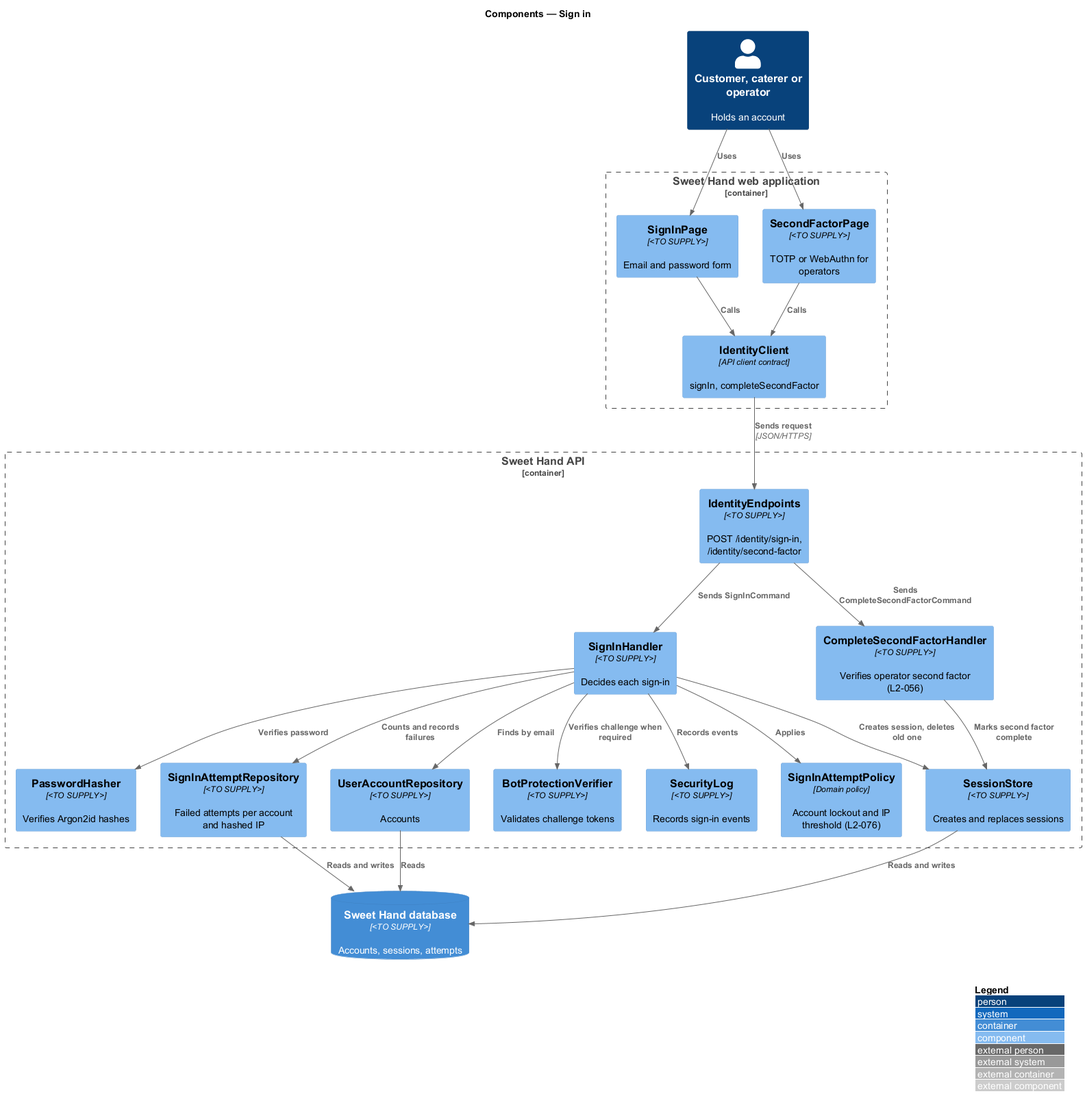
QuinntyneBrown/sweet-hand keeps this PlantUML diagram as docs/detailed-designs/identity-and-security/sign-in/diagrams/c4-component.png. Above is the earlier version. The source it was exported from:
```plantuml
@startuml
!include <C4/C4_Component>
LAYOUT_WITH_LEGEND()
title Components — Sign in

Person(user, "Customer, caterer or operator", "Holds an account")
Container_Boundary(web, "Sweet Hand web application") {
  Component(page, "SignInPage", "<TO SUPPLY>", "Email and password form")
  Component(mfa, "SecondFactorPage", "<TO SUPPLY>", "TOTP or WebAuthn for operators")
  Component(client, "IdentityClient", "API client contract", "signIn, completeSecondFactor")
}
Container_Boundary(api, "Sweet Hand API") {
  Component(endpoints, "IdentityEndpoints", "<TO SUPPLY>", "POST /identity/sign-in, /identity/second-factor")
  Component(handler, "SignInHandler", "<TO SUPPLY>", "Decides each sign-in")
  Component(policy, "SignInAttemptPolicy", "Domain policy", "Account lockout and IP threshold (L2-076)")
  Component(mfahandler, "CompleteSecondFactorHandler", "<TO SUPPLY>", "Verifies operator second factor (L2-056)")
  Component(hasher, "PasswordHasher", "<TO SUPPLY>", "Verifies Argon2id hashes")
  Component(attempts, "SignInAttemptRepository", "<TO SUPPLY>", "Failed attempts per account and hashed IP")
  Component(accounts, "UserAccountRepository", "<TO SUPPLY>", "Accounts")
  Component(sessions, "SessionStore", "<TO SUPPLY>", "Creates and replaces sessions")
  Component(verifier, "BotProtectionVerifier", "<TO SUPPLY>", "Validates challenge tokens")
  Component(seclog, "SecurityLog", "<TO SUPPLY>", "Records sign-in events")
}
ContainerDb(db, "Sweet Hand database", "<TO SUPPLY>", "Accounts, sessions, attempts")

Rel(user, page, "Uses")
Rel(user, mfa, "Uses")
Rel(page, client, "Calls")
Rel(mfa, client, "Calls")
Rel(client, endpoints, "Sends request", "JSON/HTTPS")
Rel(endpoints, handler, "Sends SignInCommand")
Rel(endpoints, mfahandler, "Sends CompleteSecondFactorCommand")
Rel(handler, policy, "Applies")
Rel(handler, attempts, "Counts and records failures")
Rel(handler, accounts, "Finds by email")
Rel(handler, hasher, "Verifies password")
Rel(handler, verifier, "Verifies challenge when required")
Rel(handler, sessions, "Creates session, deletes old one")
Rel(handler, seclog, "Records events")
Rel(mfahandler, sessions, "Marks second factor complete")
Rel(attempts, db, "Reads and writes")
Rel(accounts, db, "Reads")
Rel(sessions, db, "Reads and writes")
@enduml
```
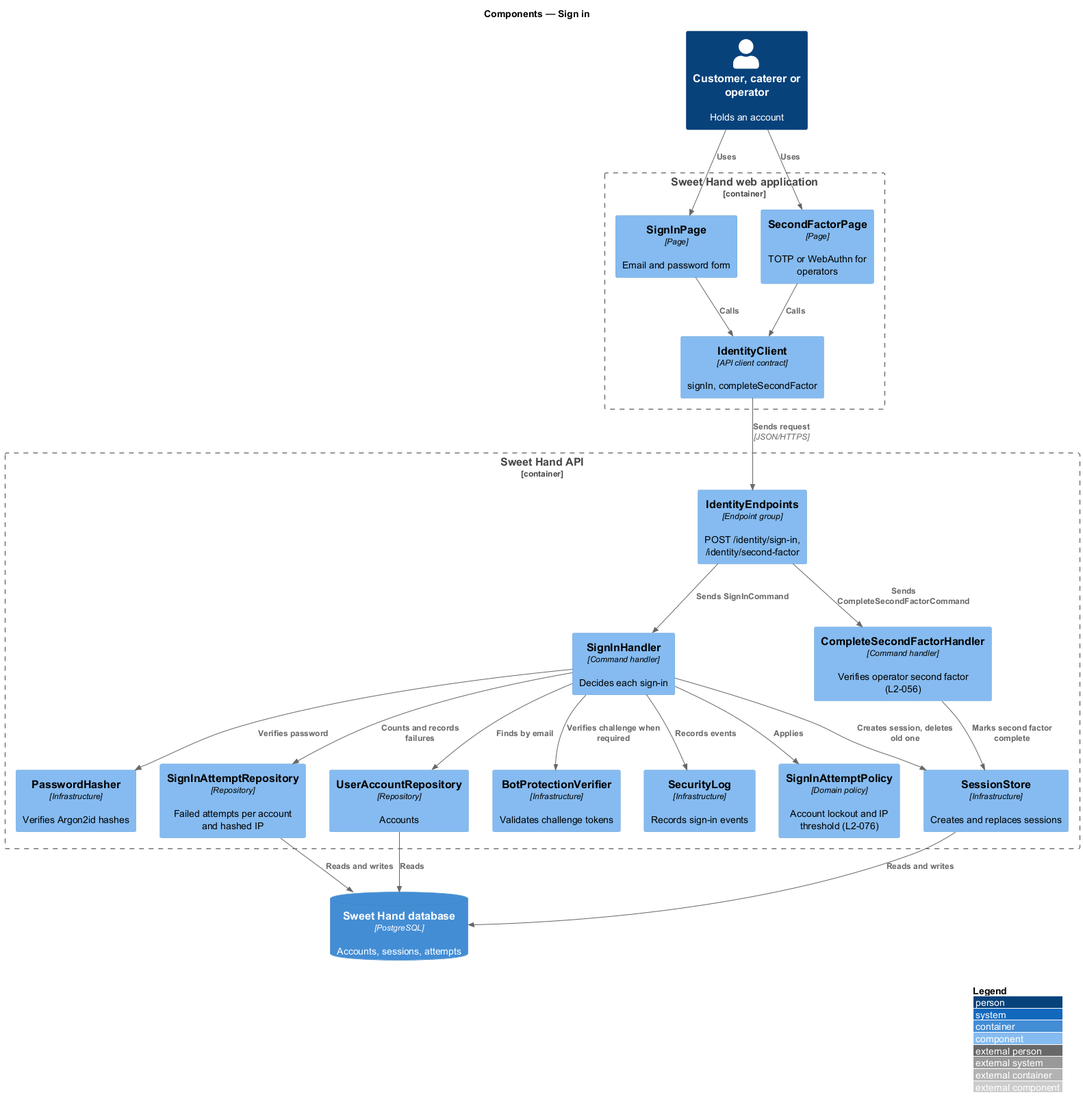
The same file after the commit.

Change to the diagram source:
```diff
@@ -5,23 +5,23 @@
 
 Person(user, "Customer, caterer or operator", "Holds an account")
 Container_Boundary(web, "Sweet Hand web application") {
-  Component(page, "SignInPage", "<TO SUPPLY>", "Email and password form")
-  Component(mfa, "SecondFactorPage", "<TO SUPPLY>", "TOTP or WebAuthn for operators")
+  Component(page, "SignInPage", "Page", "Email and password form")
+  Component(mfa, "SecondFactorPage", "Page", "TOTP or WebAuthn for operators")
   Component(client, "IdentityClient", "API client contract", "signIn, completeSecondFactor")
 }
 Container_Boundary(api, "Sweet Hand API") {
-  Component(endpoints, "IdentityEndpoints", "<TO SUPPLY>", "POST /identity/sign-in, /identity/second-factor")
-  Component(handler, "SignInHandler", "<TO SUPPLY>", "Decides each sign-in")
+  Component(endpoints, "IdentityEndpoints", "Endpoint group", "POST /identity/sign-in, /identity/second-factor")
+  Component(handler, "SignInHandler", "Command handler", "Decides each sign-in")
   Component(policy, "SignInAttemptPolicy", "Domain policy", "Account lockout and IP threshold (L2-076)")
-  Component(mfahandler, "CompleteSecondFactorHandler", "<TO SUPPLY>", "Verifies operator second factor (L2-056)")
-  Component(hasher, "PasswordHasher", "<TO SUPPLY>", "Verifies Argon2id hashes")
-  Component(attempts, "SignInAttemptRepository", "<TO SUPPLY>", "Failed attempts per account and hashed IP")
-  Component(accounts, "UserAccountRepository", "<TO SUPPLY>", "Accounts")
-  Component(sessions, "SessionStore", "<TO SUPPLY>", "Creates and replaces sessions")
-  Component(verifier, "BotProtectionVerifier", "<TO SUPPLY>", "Validates challenge tokens")
-  Component(seclog, "SecurityLog", "<TO SUPPLY>", "Records sign-in events")
+  Component(mfahandler, "CompleteSecondFactorHandler", "Command handler", "Verifies operator second factor (L2-056)")
+  Component(hasher, "PasswordHasher", "Infrastructure", "Verifies Argon2id hashes")
+  Component(attempts, "SignInAttemptRepository", "Repository", "Failed attempts per account and hashed IP")
+  Component(accounts, "UserAccountRepository", "Repository", "Accounts")
+  Component(sessions, "SessionStore", "Infrastructure", "Creates and replaces sessions")
+  Component(verifier, "BotProtectionVerifier", "Infrastructure", "Validates challenge tokens")
+  Component(seclog, "SecurityLog", "Infrastructure", "Records sign-in events")
 }
-ContainerDb(db, "Sweet Hand database", "<TO SUPPLY>", "Accounts, sessions, attempts")
+ContainerDb(db, "Sweet Hand database", "PostgreSQL", "Accounts, sessions, attempts")
 
 Rel(user, page, "Uses")
 Rel(user, mfa, "Uses")
```
